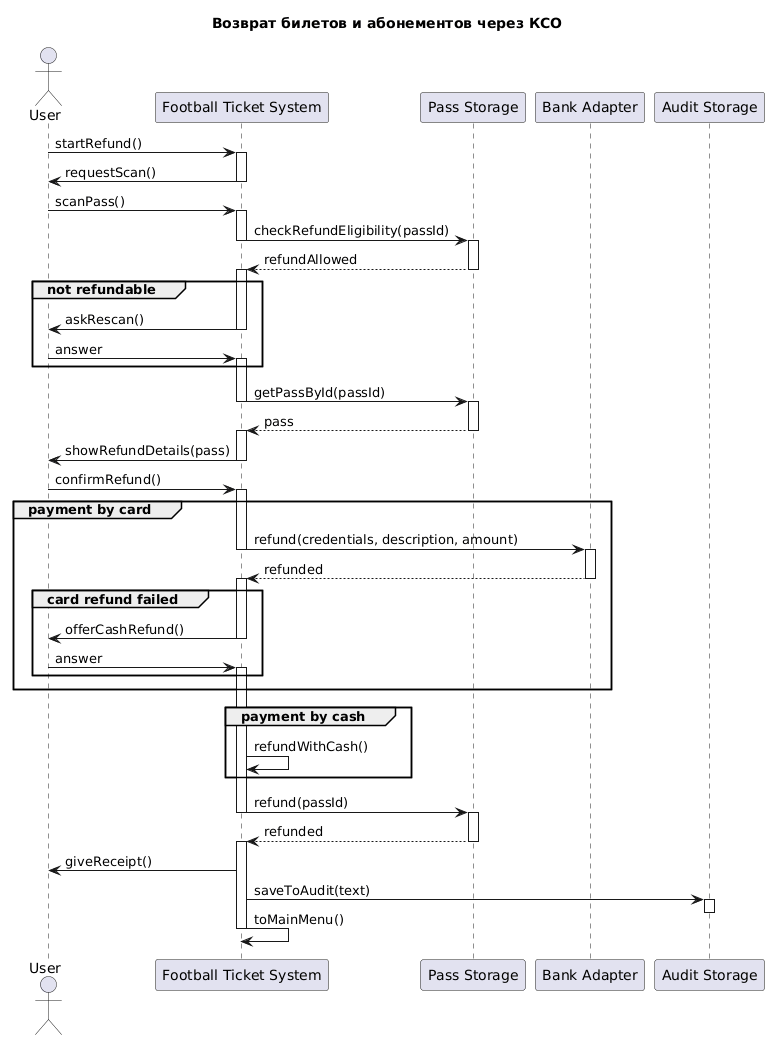
Earlier version of the PlantUML export source/Диаграмма последовательности - Возврат покупок и абонементов.png (penamarth/bsbo-11-24_team5_var10_football).
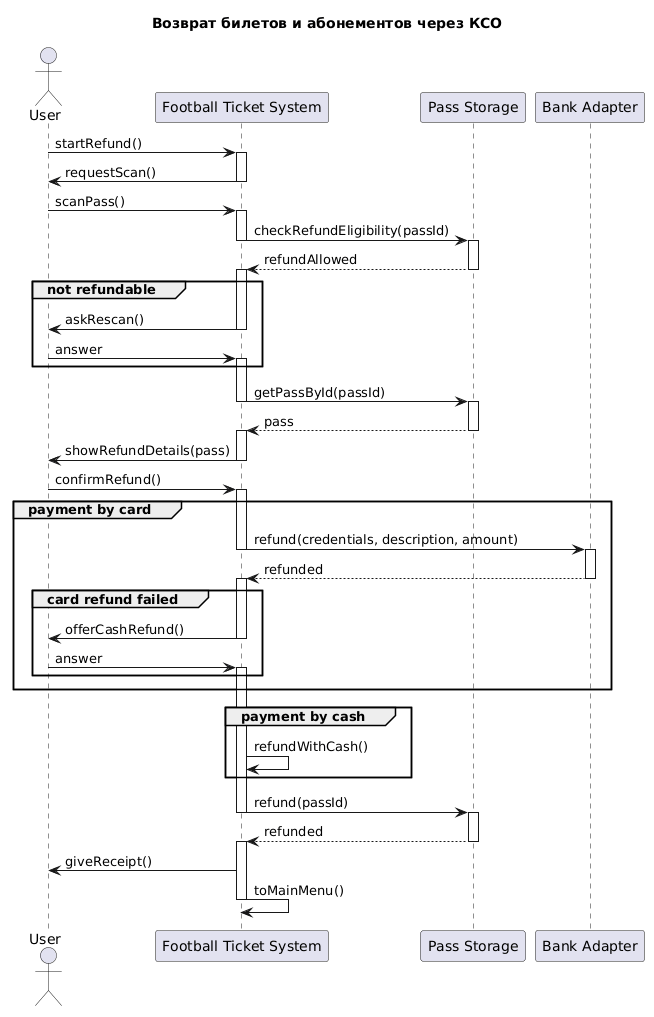
After the change.

Diff of the diagram source:
```diff
@@ -5,7 +5,6 @@
 participant "Football Ticket System" as FTS
 participant "Pass Storage" as PassStorage
 participant "Bank Adapter" as Bank
-participant "Audit Storage" as Audit
 
 User -> FTS : startRefund()
 activate FTS
@@ -71,9 +70,6 @@
 activate FTS
 
 FTS -> User : giveReceipt()
-FTS -> Audit : saveToAudit(text)
-activate Audit
-deactivate Audit
 FTS -> FTS : toMainMenu()
 
 deactivate FTS
```
